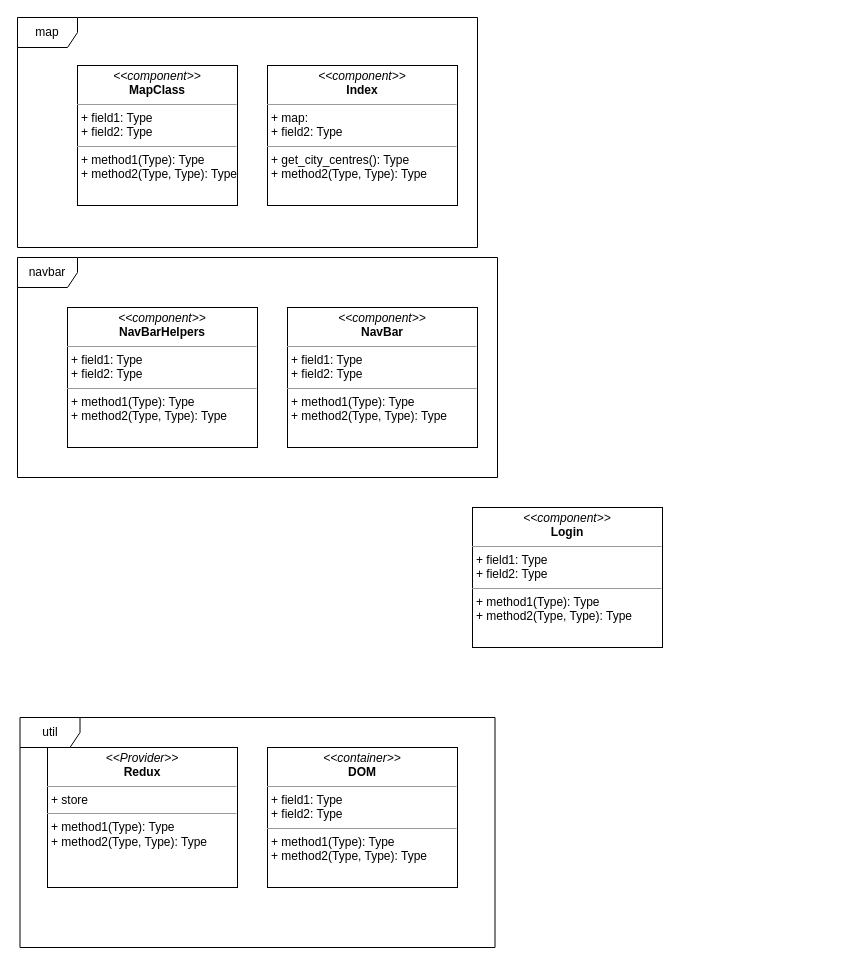
Earlier version of the draw.io diagram M2_Architecture/react-logical-architecture.drawio (NathanDunning/Visualising-Transport-Networks). Source tidied: cells renumbered, new cells numbered last; positions are measured from the earlier drawing's top-left corner, leaving out a move shared by most shapes. Both pictures are drawn from the tidied source at 100%, with x=0, y=0 at pixel (17, 17).
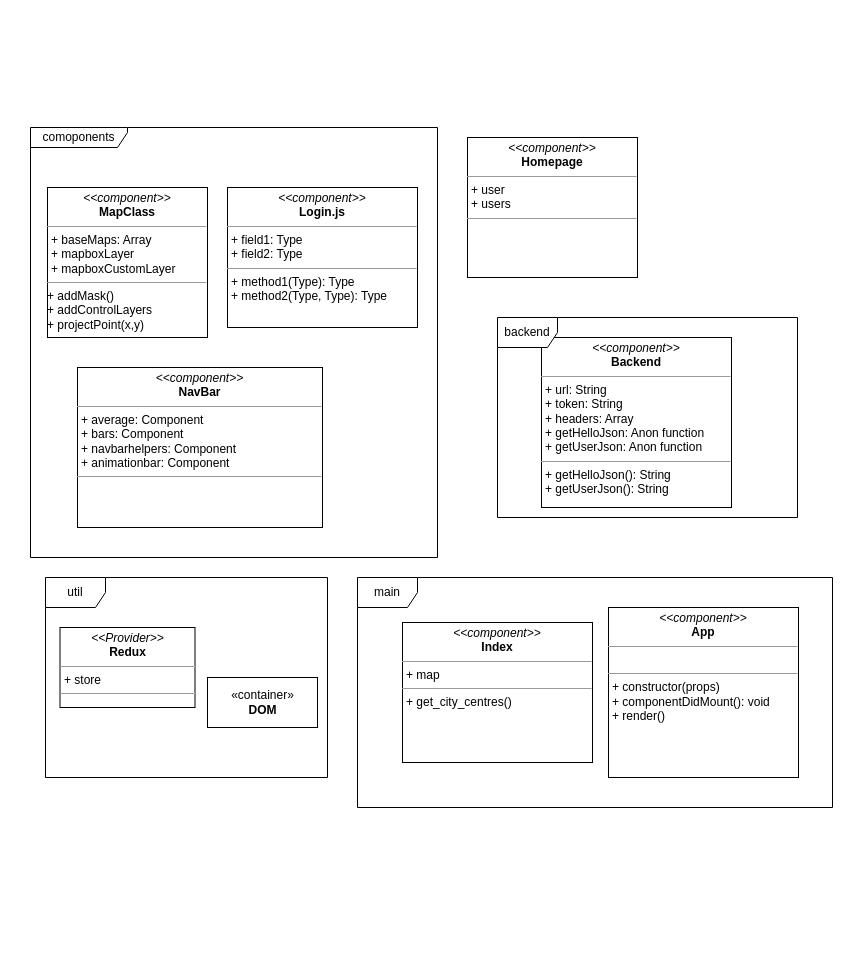
The same page after the edit.

Commit message (it also covers changes not shown here):
issue: #5 - attempted class diagram, unfinished as need more detail and understanding of backend

Diff of the diagram source:
```diff
@@
 <mxGraphModel>
   <root>
     <mxCell id="0" />
     <mxCell id="1" parent="0" />
-    <mxCell id="2" value="navbar" style="shape=umlFrame;whiteSpace=wrap;html=1;" parent="1" vertex="1">
-      <mxGeometry y="240" width="480" height="220" as="geometry" />
-    </mxCell>
+    <mxCell id="12" value="main" style="shape=umlFrame;whiteSpace=wrap;html=1;" parent="1" vertex="1">
+      <mxGeometry x="340" y="560" width="475" height="230" as="geometry" />
+    </mxCell>
+    <mxCell id="11" value="util" style="shape=umlFrame;whiteSpace=wrap;html=1;" parent="1" vertex="1">
+      <mxGeometry x="28" y="560" width="282" height="200" as="geometry" />
+    </mxCell>
-    <mxCell id="3" value="map" style="shape=umlFrame;whiteSpace=wrap;html=1;" parent="1" vertex="1">
-      <mxGeometry width="460" height="230" as="geometry" />
+    <mxCell id="3" value="comoponents" style="shape=umlFrame;whiteSpace=wrap;html=1;width=97;height=20;" parent="1" vertex="1">
+      <mxGeometry x="13" y="110" width="407" height="430" as="geometry" />
     </mxCell>
-    <mxCell id="4" value="&lt;p style=&quot;margin: 0px ; margin-top: 4px ; text-align: center&quot;&gt;&lt;i&gt;&amp;lt;&amp;lt;Provider&amp;gt;&amp;gt;&lt;/i&gt;&lt;br&gt;&lt;b&gt;Redux&lt;/b&gt;&lt;/p&gt;&lt;hr size=&quot;1&quot;&gt;&lt;p style=&quot;margin: 0px ; margin-left: 4px&quot;&gt;+ store&lt;/p&gt;&lt;hr size=&quot;1&quot;&gt;&lt;p style=&quot;margin: 0px ; margin-left: 4px&quot;&gt;+ method1(Type): Type&lt;br&gt;+ method2(Type, Type): Type&lt;/p&gt;" style="verticalAlign=top;align=left;overflow=fill;fontSize=12;fontFamily=Helvetica;html=1;" parent="1" vertex="1">
-      <mxGeometry x="30" y="730" width="190" height="140" as="geometry" />
+    <mxCell id="4" value="&lt;p style=&quot;margin: 0px ; margin-top: 4px ; text-align: center&quot;&gt;&lt;i&gt;&amp;lt;&amp;lt;Provider&amp;gt;&amp;gt;&lt;/i&gt;&lt;br&gt;&lt;b&gt;Redux&lt;/b&gt;&lt;/p&gt;&lt;hr size=&quot;1&quot;&gt;&lt;p style=&quot;margin: 0px ; margin-left: 4px&quot;&gt;+ store&lt;/p&gt;&lt;hr size=&quot;1&quot;&gt;&lt;p style=&quot;margin: 0px ; margin-left: 4px&quot;&gt;&lt;br&gt;&lt;br&gt;&lt;/p&gt;" style="verticalAlign=top;align=left;overflow=fill;fontSize=12;fontFamily=Helvetica;html=1;" parent="1" vertex="1">
+      <mxGeometry x="42.5" y="610" width="135" height="80" as="geometry" />
     </mxCell>
-    <mxCell id="5" value="&lt;p style=&quot;margin: 0px ; margin-top: 4px ; text-align: center&quot;&gt;&lt;i&gt;&amp;lt;&amp;lt;container&amp;gt;&amp;gt;&lt;/i&gt;&lt;br&gt;&lt;b&gt;DOM&lt;/b&gt;&lt;/p&gt;&lt;hr size=&quot;1&quot;&gt;&lt;p style=&quot;margin: 0px ; margin-left: 4px&quot;&gt;+ field1: Type&lt;br&gt;+ field2: Type&lt;/p&gt;&lt;hr size=&quot;1&quot;&gt;&lt;p style=&quot;margin: 0px ; margin-left: 4px&quot;&gt;+ method1(Type): Type&lt;br&gt;+ method2(Type, Type): Type&lt;/p&gt;" style="verticalAlign=top;align=left;overflow=fill;fontSize=12;fontFamily=Helvetica;html=1;" parent="1" vertex="1">
-      <mxGeometry x="250" y="730" width="190" height="140" as="geometry" />
-    </mxCell>
-    <mxCell id="6" value="&lt;p style=&quot;margin: 0px ; margin-top: 4px ; text-align: center&quot;&gt;&lt;i&gt;&amp;lt;&amp;lt;component&amp;gt;&amp;gt;&lt;/i&gt;&lt;br&gt;&lt;b&gt;Login&lt;/b&gt;&lt;/p&gt;&lt;hr size=&quot;1&quot;&gt;&lt;p style=&quot;margin: 0px ; margin-left: 4px&quot;&gt;+ field1: Type&lt;br&gt;+ field2: Type&lt;/p&gt;&lt;hr size=&quot;1&quot;&gt;&lt;p style=&quot;margin: 0px ; margin-left: 4px&quot;&gt;+ method1(Type): Type&lt;br&gt;+ method2(Type, Type): Type&lt;/p&gt;" style="verticalAlign=top;align=left;overflow=fill;fontSize=12;fontFamily=Helvetica;html=1;" parent="1" vertex="1">
-      <mxGeometry x="455" y="490" width="190" height="140" as="geometry" />
+    <mxCell id="6" value="&lt;p style=&quot;margin: 0px ; margin-top: 4px ; text-align: center&quot;&gt;&lt;i&gt;&amp;lt;&amp;lt;component&amp;gt;&amp;gt;&lt;/i&gt;&lt;br&gt;&lt;b&gt;Login.js&lt;/b&gt;&lt;/p&gt;&lt;hr size=&quot;1&quot;&gt;&lt;p style=&quot;margin: 0px ; margin-left: 4px&quot;&gt;+ field1: Type&lt;br&gt;+ field2: Type&lt;/p&gt;&lt;hr size=&quot;1&quot;&gt;&lt;p style=&quot;margin: 0px ; margin-left: 4px&quot;&gt;+ method1(Type): Type&lt;br&gt;+ method2(Type, Type): Type&lt;/p&gt;" style="verticalAlign=top;align=left;overflow=fill;fontSize=12;fontFamily=Helvetica;html=1;" parent="1" vertex="1">
+      <mxGeometry x="210" y="170" width="190" height="140" as="geometry" />
     </mxCell>
-    <mxCell id="7" value="&lt;p style=&quot;margin: 0px ; margin-top: 4px ; text-align: center&quot;&gt;&lt;i&gt;&amp;lt;&amp;lt;component&amp;gt;&amp;gt;&lt;/i&gt;&lt;br&gt;&lt;b&gt;NavBar&lt;/b&gt;&lt;/p&gt;&lt;hr size=&quot;1&quot;&gt;&lt;p style=&quot;margin: 0px ; margin-left: 4px&quot;&gt;+ field1: Type&lt;br&gt;+ field2: Type&lt;/p&gt;&lt;hr size=&quot;1&quot;&gt;&lt;p style=&quot;margin: 0px ; margin-left: 4px&quot;&gt;+ method1(Type): Type&lt;br&gt;+ method2(Type, Type): Type&lt;/p&gt;" style="verticalAlign=top;align=left;overflow=fill;fontSize=12;fontFamily=Helvetica;html=1;" parent="1" vertex="1">
-      <mxGeometry x="270" y="290" width="190" height="140" as="geometry" />
+    <mxCell id="7" value="&lt;p style=&quot;margin: 0px ; margin-top: 4px ; text-align: center&quot;&gt;&lt;i&gt;&amp;lt;&amp;lt;component&amp;gt;&amp;gt;&lt;/i&gt;&lt;br&gt;&lt;b&gt;NavBar&lt;/b&gt;&lt;/p&gt;&lt;hr size=&quot;1&quot;&gt;&lt;p style=&quot;margin: 0px ; margin-left: 4px&quot;&gt;+ average: Component&lt;/p&gt;&lt;p style=&quot;margin: 0px ; margin-left: 4px&quot;&gt;+ bars: Component&lt;/p&gt;&lt;p style=&quot;margin: 0px ; margin-left: 4px&quot;&gt;+ navbarhelpers: Component&lt;/p&gt;&lt;p style=&quot;margin: 0px ; margin-left: 4px&quot;&gt;+ animationbar: Component&lt;br&gt;&lt;/p&gt;&lt;hr size=&quot;1&quot;&gt;&lt;p style=&quot;margin: 0px ; margin-left: 4px&quot;&gt;&lt;br&gt;&lt;/p&gt;" style="verticalAlign=top;align=left;overflow=fill;fontSize=12;fontFamily=Helvetica;html=1;" parent="1" vertex="1">
+      <mxGeometry x="60" y="350" width="245" height="160" as="geometry" />
     </mxCell>
-    <mxCell id="8" value="&lt;p style=&quot;margin: 0px ; margin-top: 4px ; text-align: center&quot;&gt;&lt;i&gt;&amp;lt;&amp;lt;component&amp;gt;&amp;gt;&lt;/i&gt;&lt;br&gt;&lt;b&gt;NavBarHelpers&lt;/b&gt;&lt;/p&gt;&lt;hr size=&quot;1&quot;&gt;&lt;p style=&quot;margin: 0px ; margin-left: 4px&quot;&gt;+ field1: Type&lt;br&gt;+ field2: Type&lt;/p&gt;&lt;hr size=&quot;1&quot;&gt;&lt;p style=&quot;margin: 0px ; margin-left: 4px&quot;&gt;+ method1(Type): Type&lt;br&gt;+ method2(Type, Type): Type&lt;/p&gt;" style="verticalAlign=top;align=left;overflow=fill;fontSize=12;fontFamily=Helvetica;html=1;" parent="1" vertex="1">
-      <mxGeometry x="50" y="290" width="190" height="140" as="geometry" />
-    </mxCell>
-    <mxCell id="9" value="&lt;p style=&quot;margin: 0px ; margin-top: 4px ; text-align: center&quot;&gt;&lt;i&gt;&amp;lt;&amp;lt;component&amp;gt;&amp;gt;&lt;/i&gt;&lt;br&gt;&lt;b&gt;MapClass&lt;/b&gt;&lt;/p&gt;&lt;hr size=&quot;1&quot;&gt;&lt;p style=&quot;margin: 0px ; margin-left: 4px&quot;&gt;+ field1: Type&lt;br&gt;+ field2: Type&lt;/p&gt;&lt;hr size=&quot;1&quot;&gt;&lt;p style=&quot;margin: 0px ; margin-left: 4px&quot;&gt;+ method1(Type): Type&lt;br&gt;+ method2(Type, Type): Type&lt;/p&gt;" style="verticalAlign=top;align=left;overflow=fill;fontSize=12;fontFamily=Helvetica;html=1;" parent="1" vertex="1">
-      <mxGeometry x="60" y="48" width="160" height="140" as="geometry" />
+    <mxCell id="9" value="&lt;p style=&quot;margin: 0px ; margin-top: 4px ; text-align: center&quot;&gt;&lt;i&gt;&amp;lt;&amp;lt;component&amp;gt;&amp;gt;&lt;/i&gt;&lt;br&gt;&lt;b&gt;MapClass&lt;/b&gt;&lt;/p&gt;&lt;hr size=&quot;1&quot;&gt;&lt;p style=&quot;margin: 0px ; margin-left: 4px&quot;&gt;+ baseMaps: Array&lt;/p&gt;&lt;p style=&quot;margin: 0px ; margin-left: 4px&quot;&gt;+ mapboxLayer&lt;/p&gt;&lt;p style=&quot;margin: 0px ; margin-left: 4px&quot;&gt;+ mapboxCustomLayer&lt;br&gt;&lt;/p&gt;&lt;hr size=&quot;1&quot;&gt;&lt;div&gt;+ addMask()&lt;/div&gt;&lt;div&gt;+ addControlLayers&lt;/div&gt;&lt;div&gt;+ projectPoint(x,y)&lt;br&gt;&lt;/div&gt;" style="verticalAlign=top;align=left;overflow=fill;fontSize=12;fontFamily=Helvetica;html=1;" parent="1" vertex="1">
+      <mxGeometry x="30" y="170" width="160" height="150" as="geometry" />
     </mxCell>
-    <mxCell id="10" value="&lt;p style=&quot;margin: 0px ; margin-top: 4px ; text-align: center&quot;&gt;&lt;i&gt;&amp;lt;&amp;lt;component&amp;gt;&amp;gt;&lt;/i&gt;&lt;br&gt;&lt;b&gt;Index&lt;/b&gt;&lt;/p&gt;&lt;hr size=&quot;1&quot;&gt;&lt;p style=&quot;margin: 0px ; margin-left: 4px&quot;&gt;+ map: &lt;br&gt;+ field2: Type&lt;/p&gt;&lt;hr size=&quot;1&quot;&gt;&lt;p style=&quot;margin: 0px ; margin-left: 4px&quot;&gt;+ get_city_centres(): Type&lt;br&gt;+ method2(Type, Type): Type&lt;/p&gt;" style="verticalAlign=top;align=left;overflow=fill;fontSize=12;fontFamily=Helvetica;html=1;" parent="1" vertex="1">
-      <mxGeometry x="250" y="48" width="190" height="140" as="geometry" />
+    <mxCell id="10" value="&lt;p style=&quot;margin: 0px ; margin-top: 4px ; text-align: center&quot;&gt;&lt;i&gt;&amp;lt;&amp;lt;component&amp;gt;&amp;gt;&lt;/i&gt;&lt;br&gt;&lt;b&gt;Index&lt;/b&gt;&lt;/p&gt;&lt;hr size=&quot;1&quot;&gt;&lt;p style=&quot;margin: 0px ; margin-left: 4px&quot;&gt;+ map&lt;br&gt;&lt;/p&gt;&lt;hr size=&quot;1&quot;&gt;&lt;p style=&quot;margin: 0px ; margin-left: 4px&quot;&gt;+ get_city_centres()&lt;br&gt;&lt;br&gt;&lt;/p&gt;" style="verticalAlign=top;align=left;overflow=fill;fontSize=12;fontFamily=Helvetica;html=1;" parent="1" vertex="1">
+      <mxGeometry x="385" y="605" width="190" height="140" as="geometry" />
     </mxCell>
-    <mxCell id="11" value="util" style="shape=umlFrame;whiteSpace=wrap;html=1;" parent="1" vertex="1">
-      <mxGeometry x="2.5" y="700" width="475" height="230" as="geometry" />
-    </mxCell>
+    <mxCell id="13" value="&lt;p style=&quot;margin: 0px ; margin-top: 4px ; text-align: center&quot;&gt;&lt;i&gt;&amp;lt;&amp;lt;component&amp;gt;&amp;gt;&lt;/i&gt;&lt;br&gt;&lt;b&gt;Backend&lt;/b&gt;&lt;/p&gt;&lt;hr size=&quot;1&quot;&gt;&lt;p style=&quot;margin: 0px ; margin-left: 4px&quot;&gt;+ url: String&lt;br&gt;+ token: String &lt;br&gt;&lt;/p&gt;&lt;p style=&quot;margin: 0px ; margin-left: 4px&quot;&gt;+ headers: Array&lt;/p&gt;&lt;p style=&quot;margin: 0px ; margin-left: 4px&quot;&gt;+ getHelloJson: Anon function&lt;/p&gt;&lt;p style=&quot;margin: 0px ; margin-left: 4px&quot;&gt;+ getUserJson: Anon function&lt;br&gt;&lt;/p&gt;&lt;hr size=&quot;1&quot;&gt;&lt;p style=&quot;margin: 0px ; margin-left: 4px&quot;&gt;+ getHelloJson(): String&lt;/p&gt;&lt;p style=&quot;margin: 0px ; margin-left: 4px&quot;&gt;+ getUserJson(): String&lt;/p&gt;" style="verticalAlign=top;align=left;overflow=fill;fontSize=12;fontFamily=Helvetica;html=1;" parent="1" vertex="1">
+      <mxGeometry x="524" y="320" width="190" height="170" as="geometry" />
+    </mxCell>
+    <mxCell id="14" value="&lt;p style=&quot;margin: 0px ; margin-top: 4px ; text-align: center&quot;&gt;&lt;i&gt;&amp;lt;&amp;lt;component&amp;gt;&amp;gt;&lt;/i&gt;&lt;br&gt;&lt;b&gt;App&lt;/b&gt;&lt;/p&gt;&lt;hr size=&quot;1&quot;&gt;&lt;p style=&quot;margin: 0px ; margin-left: 4px&quot;&gt;&lt;br&gt;&lt;/p&gt;&lt;hr size=&quot;1&quot;&gt;&lt;p style=&quot;margin: 0px ; margin-left: 4px&quot;&gt;+ constructor(props)&lt;br&gt;&lt;/p&gt;&lt;p style=&quot;margin: 0px ; margin-left: 4px&quot;&gt;+ componentDidMount(): void&lt;/p&gt;&lt;p style=&quot;margin: 0px ; margin-left: 4px&quot;&gt;+ render()&lt;br&gt;&lt;/p&gt;" style="verticalAlign=top;align=left;overflow=fill;fontSize=12;fontFamily=Helvetica;html=1;" parent="1" vertex="1">
+      <mxGeometry x="591" y="590" width="190" height="170" as="geometry" />
+    </mxCell>
+    <mxCell id="15" value="&lt;p style=&quot;margin: 0px ; margin-top: 4px ; text-align: center&quot;&gt;&lt;i&gt;&amp;lt;&amp;lt;component&amp;gt;&amp;gt;&lt;/i&gt;&lt;br&gt;&lt;b&gt;Homepage&lt;/b&gt;&lt;/p&gt;&lt;hr size=&quot;1&quot;&gt;&lt;p style=&quot;margin: 0px ; margin-left: 4px&quot;&gt;+ user &lt;br&gt;+ users&lt;br&gt;&lt;/p&gt;&lt;hr size=&quot;1&quot;&gt;&lt;p style=&quot;margin: 0px ; margin-left: 4px&quot;&gt;&lt;br&gt;&lt;br&gt;&lt;/p&gt;" style="verticalAlign=top;align=left;overflow=fill;fontSize=12;fontFamily=Helvetica;html=1;" parent="1" vertex="1">
+      <mxGeometry x="450" y="120" width="170" height="140" as="geometry" />
+    </mxCell>
+    <mxCell id="16" value="backend" style="shape=umlFrame;whiteSpace=wrap;html=1;" parent="1" vertex="1">
+      <mxGeometry x="480" y="300" width="300" height="200" as="geometry" />
+    </mxCell>
+    <mxCell id="17" value="«container»&lt;br&gt;&lt;b&gt;DOM&lt;/b&gt;" style="html=1;" parent="1" vertex="1">
+      <mxGeometry x="190" y="660" width="110" height="50" as="geometry" />
+    </mxCell>
   </root>
 </mxGraphModel>
```
